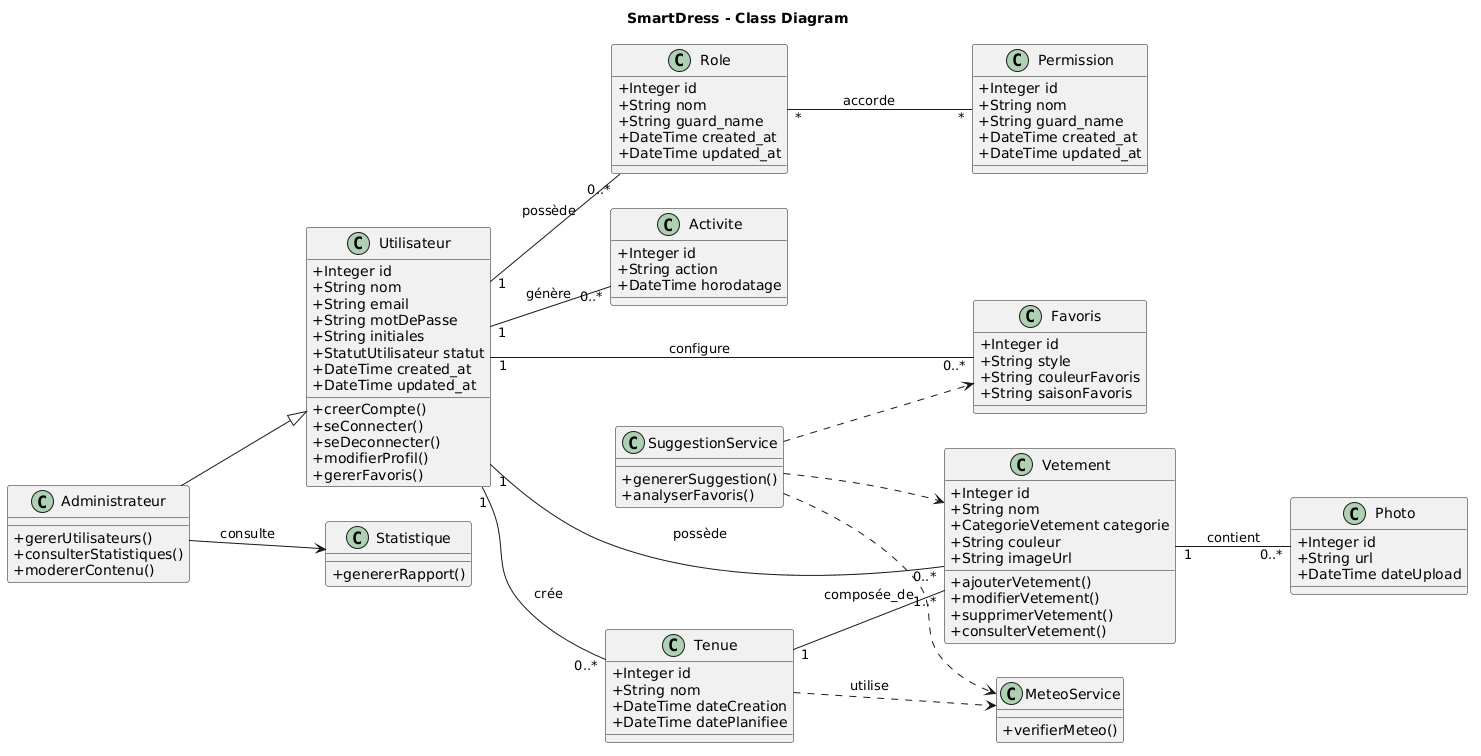
This is Presentation/images/diagramme_de_class.png from yasmineh-d/SmartDress, a PlantUML export, as it was before one commit.
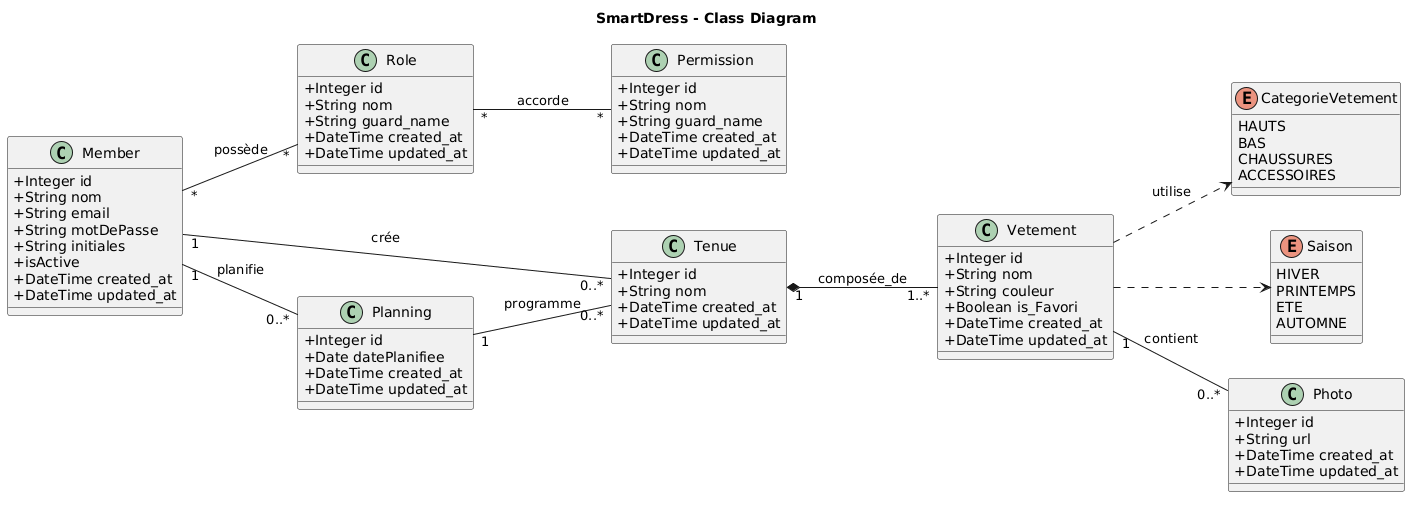
Later version of the same file.

The edit, as a diff of the source:
```diff
@@ -1,121 +1,92 @@
 @startuml
 title SmartDress - Class Diagram
 
+left to right direction
 skinparam classAttributeIconSize 0
-left to right direction
 
-class Utilisateur {
-  +Integer id
-  +String nom
-  +String email
-  +String motDePasse
-  +String initiales
-  +StatutUtilisateur statut
-  +DateTime created_at
-  +DateTime updated_at
-
-  +creerCompte()
-  +seConnecter()
-  +seDeconnecter()
-  +modifierProfil()
-  +gererFavoris()
+enum CategorieVetement {
+    HAUTS
+    BAS
+    CHAUSSURES
+    ACCESSOIRES
 }
 
-class Administrateur {
-  +gererUtilisateurs()
-  +consulterStatistiques()
-  +modererContenu()
+enum Saison {
+    HIVER
+    PRINTEMPS
+    ETE
+    AUTOMNE
 }
 
-Administrateur --|> Utilisateur
+class Member {
+    +Integer id
+    +String nom
+    +String email
+    +String motDePasse
+    +String initiales
+    +isActive
+    +DateTime created_at
+    +DateTime updated_at
+}
 
 class Role {
-  +Integer id
-  +String nom
-  +String guard_name
-  +DateTime created_at
-  +DateTime updated_at
+    +Integer id
+    +String nom
+    +String guard_name
+    +DateTime created_at
+    +DateTime updated_at
 }
 
 class Permission {
-  +Integer id
-  +String nom
-  +String guard_name
-  +DateTime created_at
-  +DateTime updated_at
+    +Integer id
+    +String nom
+    +String guard_name
+    +DateTime created_at
+    +DateTime updated_at
 }
 
-Utilisateur "1" -- "0..*" Role : possède
+class Vetement {
+    +Integer id
+    +String nom
+    +String couleur
+    +Boolean is_Favori
+    +DateTime created_at
+    +DateTime updated_at
+}
+
+class Photo {
+    +Integer id
+    +String url
+    +DateTime created_at
+    +DateTime updated_at
+}
+
+class Tenue {
+    +Integer id
+    +String nom
+    +DateTime created_at
+    +DateTime updated_at
+}
+
+class Planning {
+    +Integer id
+    +Date datePlanifiee
+    +DateTime created_at
+    +DateTime updated_at
+}
+
+Member "*" -- "*" Role : possède
 Role "*" -- "*" Permission : accorde
 
-class Activite {
-  +Integer id
-  +String action
-  +DateTime horodatage
-}
-
-Utilisateur "1" -- "0..*" Activite : génère
-
-class Favoris {
-  +Integer id
-  +String style
-  +String couleurFavoris
-  +String saisonFavoris
-}
-
-Utilisateur "1" -- "0..*" Favoris : configure
-
-class Vetement {
-  +Integer id
-  +String nom
-  +CategorieVetement categorie
-  +String couleur
-  +String imageUrl
-
-  +ajouterVetement()
-  +modifierVetement()
-  +supprimerVetement()
-  +consulterVetement()
-}
-
-Utilisateur "1" -- "0..*" Vetement : possède
-
-class Photo {
-  +Integer id
-  +String url
-  +DateTime dateUpload
-}
 
 Vetement "1" -- "0..*" Photo : contient
 
-class Tenue {
-  +Integer id
-  +String nom
-  +DateTime dateCreation
-  +DateTime datePlanifiee
-}
+Member "1" -- "0..*" Tenue : crée
+Tenue "1" *-- "1..*" Vetement : composée_de
 
-Utilisateur "1" -- "0..*" Tenue : crée
-Tenue "1" -- "1..*" Vetement : composée_de
+Member "1" -- "0..*" Planning : planifie
+Planning "1" -- "0..*" Tenue : programme
 
-class MeteoService {
-  +verifierMeteo()
-}
-
-Tenue ..> MeteoService : utilise
-
-class SuggestionService {
-  +genererSuggestion()
-  +analyserFavoris()
-}
-
-SuggestionService ..> Favoris
-SuggestionService ..> MeteoService
-SuggestionService ..> Vetement
-
-class Statistique {
-  +genererRapport()
-}
-
-Administrateur --> Statistique : consulte
+Vetement ..> CategorieVetement : utilise
+Vetement ..> Saison
 @enduml
```
